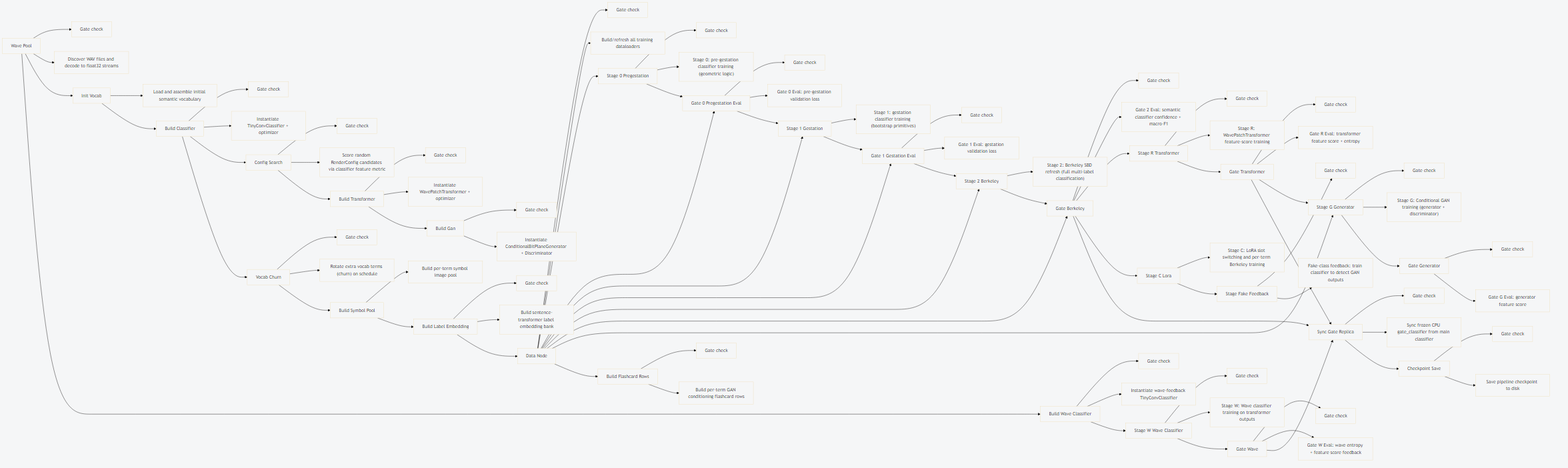
This is docs/diagrams/stack_view_minimal.png from sangderenard/meta-nn, a Mermaid export, as it was before one commit. Its source is kept beside it as docs/diagrams/stack_view_minimal.mmd.
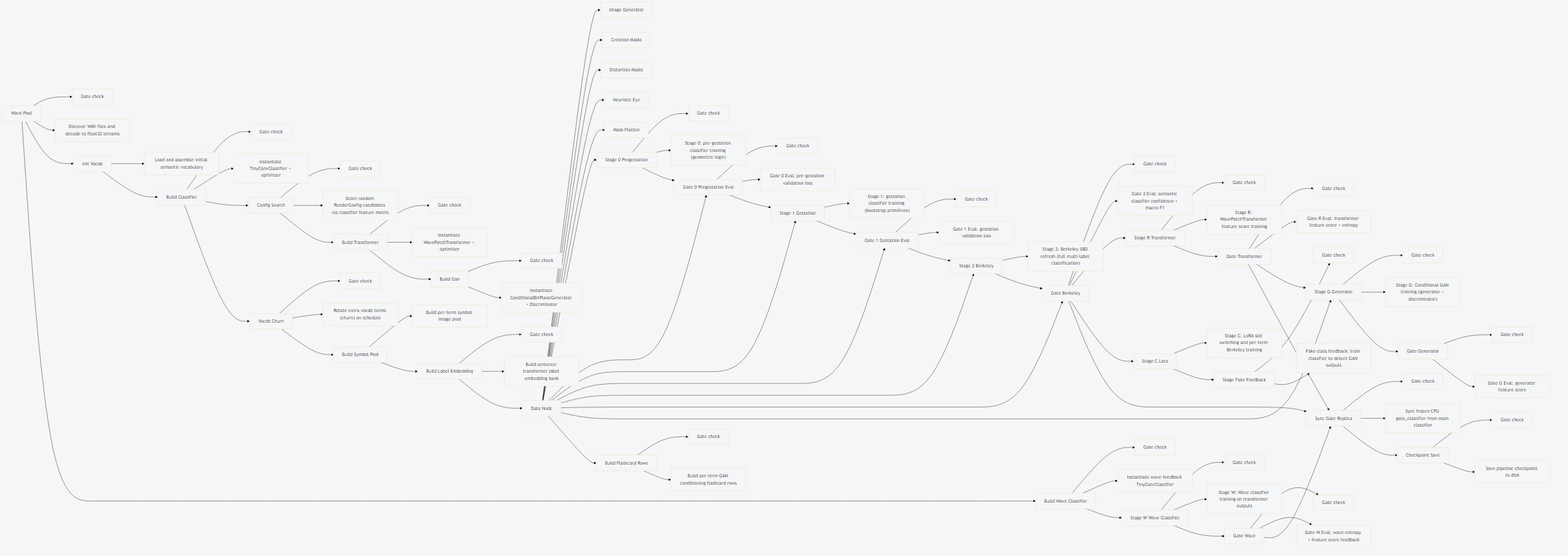
The same file after the commit.

What changed in the source:
```diff
@@ -32,8 +32,11 @@
     build_flashcard_rows__should_run["Gate check"]
     build_flashcard_rows__execute["Build per-term GAN conditioning flashcard rows"]
     data_node["Data Node"]
-    data_node__should_run["Gate check"]
-    data_node__execute["Build/refresh all training dataloaders"]
+    data_node__image_generator["Image Generator"]
+    data_node__creation_masks["Creation Masks"]
+    data_node__distortion_masks["Distortion Masks"]
+    data_node__heuristic_eye["Heuristic Eye"]
+    data_node__mask_flatten["Mask Flatten"]
     stage_0_pregestation["Stage 0 Pregestation"]
     stage_0_pregestation__should_run["Gate check"]
     stage_0_pregestation__execute["Stage 0: pre-gestation classifier training (geometric logic)"]
@@ -100,8 +103,11 @@
     build_label_embedding --> build_label_embedding__execute
     build_flashcard_rows --> build_flashcard_rows__should_run
     build_flashcard_rows --> build_flashcard_rows__execute
-    data_node --> data_node__should_run
-    data_node --> data_node__execute
+    data_node --> data_node__image_generator
+    data_node --> data_node__creation_masks
+    data_node --> data_node__distortion_masks
+    data_node --> data_node__heuristic_eye
+    data_node --> data_node__mask_flatten
     stage_0_pregestation --> stage_0_pregestation__should_run
     stage_0_pregestation --> stage_0_pregestation__execute
     stage_1_gestation --> stage_1_gestation__execute
```
